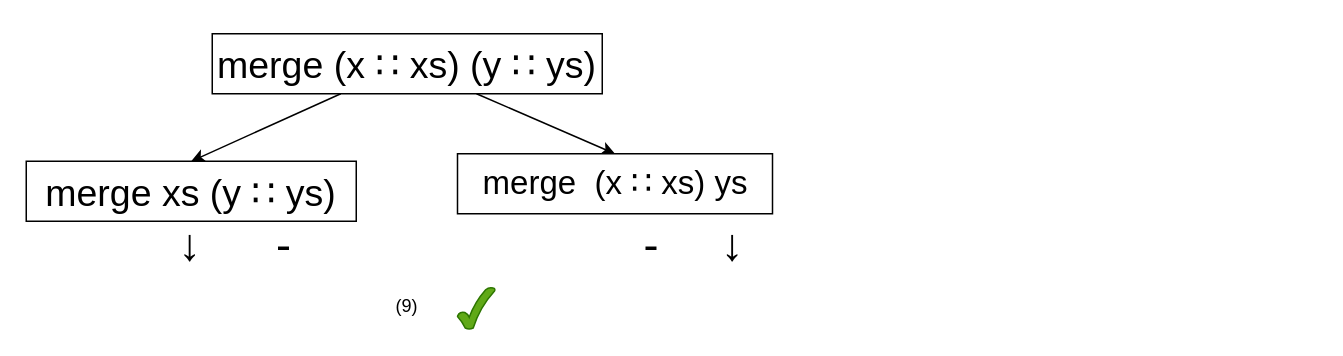
Above: slide/9.drawio in lengyijun/MergeSort (draw.io), before the change. Source tidied: cells renumbered, new cells numbered last; positions are measured from the earlier drawing's top-left corner, leaving out a move shared by most shapes. Both pictures are drawn from the tidied source at 150%, with x=0, y=0 at pixel (26, 33).
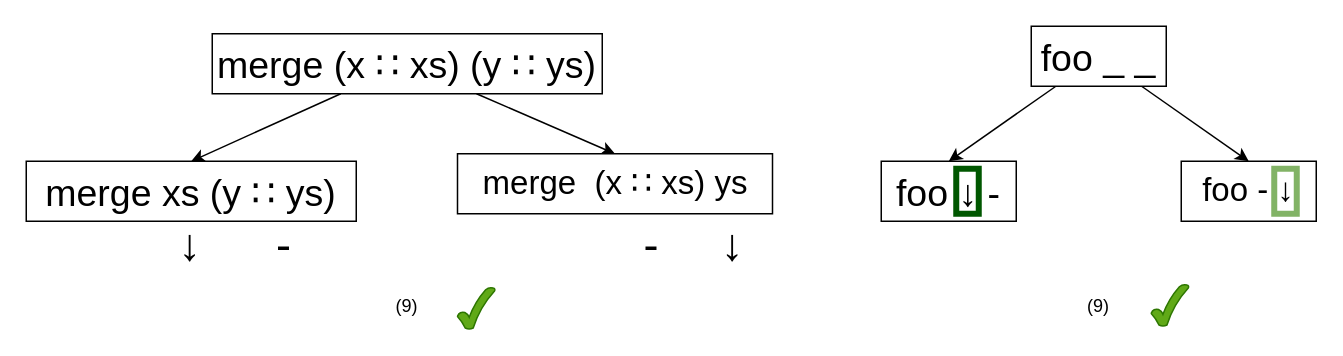
Above is the later version.

Diff of the diagram source:
```diff
@@
 <mxGraphModel>
   <root>
     <mxCell id="0" />
     <mxCell id="1" parent="0" />
     <mxCell id="2" style="edgeStyle=none;rounded=0;jettySize=auto;html=1;entryX=0.5;entryY=0;entryDx=0;entryDy=0;" parent="1" edge="1" source="4" target="5">
       <mxGeometry relative="1" as="geometry" />
     </mxCell>
     <mxCell id="3" style="edgeStyle=none;rounded=0;jettySize=auto;html=1;entryX=0.5;entryY=0;entryDx=0;entryDy=0;" parent="1" edge="1" source="4" target="6">
       <mxGeometry relative="1" as="geometry" />
     </mxCell>
     <mxCell id="4" value="merge&amp;nbsp;(x ∷ xs) (y ∷ ys)" style="rounded=0;whiteSpace=wrap;html=1;fontSize=25;" parent="1" vertex="1">
       <mxGeometry x="124" width="260" height="40" as="geometry" />
     </mxCell>
     <mxCell id="5" value="merge xs (y ∷ ys)" style="rounded=0;whiteSpace=wrap;html=1;fontSize=25;" parent="1" vertex="1">
       <mxGeometry y="85" width="220" height="40" as="geometry" />
     </mxCell>
     <mxCell id="6" value="merge&amp;nbsp; (x ∷ xs) ys" style="rounded=0;whiteSpace=wrap;html=1;fontSize=22;" parent="1" vertex="1">
       <mxGeometry x="287.5" y="80" width="210" height="40" as="geometry" />
     </mxCell>
     <mxCell id="7" value="(9)" style="text;html=1;strokeColor=none;fillColor=none;align=center;verticalAlign=middle;whiteSpace=wrap;rounded=0;" parent="1" vertex="1">
       <mxGeometry x="224" y="167" width="60" height="30" as="geometry" />
     </mxCell>
     <mxCell id="8" style="verticalLabelPosition=bottom;verticalAlign=top;html=1;shape=mxgraph.basic.tick;fillColor=#60a917;fontColor=#ffffff;strokeColor=#2D7600;" parent="1" vertex="1">
       <mxGeometry x="287.5" y="169" width="25" height="28" as="geometry" />
     </mxCell>
     <mxCell id="9" value="↓&amp;nbsp; &amp;nbsp; &amp;nbsp; -" style="text;html=1;strokeColor=none;fillColor=none;align=left;verticalAlign=middle;whiteSpace=wrap;rounded=0;fontSize=30;" parent="1" vertex="1">
       <mxGeometry x="100" y="125" width="140" height="30" as="geometry" />
     </mxCell>
     <mxCell id="10" value="-&amp;nbsp; &amp;nbsp; &amp;nbsp;↓" style="text;html=1;strokeColor=none;fillColor=none;align=left;verticalAlign=middle;whiteSpace=wrap;rounded=0;fontSize=30;" parent="1" vertex="1">
       <mxGeometry x="410" y="125" width="140" height="30" as="geometry" />
     </mxCell>
+    <mxCell id="11" style="edgeStyle=none;rounded=0;jettySize=auto;html=1;entryX=0.5;entryY=0;entryDx=0;entryDy=0;" parent="1" edge="1" source="13" target="14">
+      <mxGeometry relative="1" as="geometry" />
+    </mxCell>
+    <mxCell id="12" style="edgeStyle=none;rounded=0;jettySize=auto;html=1;entryX=0.5;entryY=0;entryDx=0;entryDy=0;" parent="1" edge="1" source="13" target="15">
+      <mxGeometry relative="1" as="geometry" />
+    </mxCell>
+    <mxCell id="13" value="foo _ _" style="rounded=0;whiteSpace=wrap;html=1;fontSize=25;" parent="1" vertex="1">
+      <mxGeometry x="670" y="-5" width="90" height="40" as="geometry" />
+    </mxCell>
+    <mxCell id="14" value="foo&amp;nbsp;↓&amp;nbsp;-" style="rounded=0;whiteSpace=wrap;html=1;fontSize=25;" parent="1" vertex="1">
+      <mxGeometry x="570" y="85" width="90" height="40" as="geometry" />
+    </mxCell>
+    <mxCell id="15" value="foo - ↓" style="rounded=0;whiteSpace=wrap;html=1;fontSize=22;" parent="1" vertex="1">
+      <mxGeometry x="770" y="85" width="90" height="40" as="geometry" />
+    </mxCell>
+    <mxCell id="16" value="(9)" style="text;html=1;strokeColor=none;fillColor=none;align=center;verticalAlign=middle;whiteSpace=wrap;rounded=0;" parent="1" vertex="1">
+      <mxGeometry x="685" y="167" width="60" height="30" as="geometry" />
+    </mxCell>
+    <mxCell id="17" style="verticalLabelPosition=bottom;verticalAlign=top;html=1;shape=mxgraph.basic.tick;fillColor=#60a917;fontColor=#ffffff;strokeColor=#2D7600;" parent="1" vertex="1">
+      <mxGeometry x="750" y="167" width="25" height="28" as="geometry" />
+    </mxCell>
+    <mxCell id="18" style="rounded=0;whiteSpace=wrap;html=1;strokeWidth=4;strokeColor=#005700;fillColor=none;fontColor=#ffffff;" parent="1" vertex="1">
+      <mxGeometry x="620" y="90" width="15" height="30" as="geometry" />
+    </mxCell>
+    <mxCell id="19" style="rounded=0;whiteSpace=wrap;html=1;strokeWidth=4;strokeColor=#82b366;fillColor=none;" parent="1" vertex="1">
+      <mxGeometry x="832" y="90" width="15" height="30" as="geometry" />
+    </mxCell>
   </root>
 </mxGraphModel>
```
